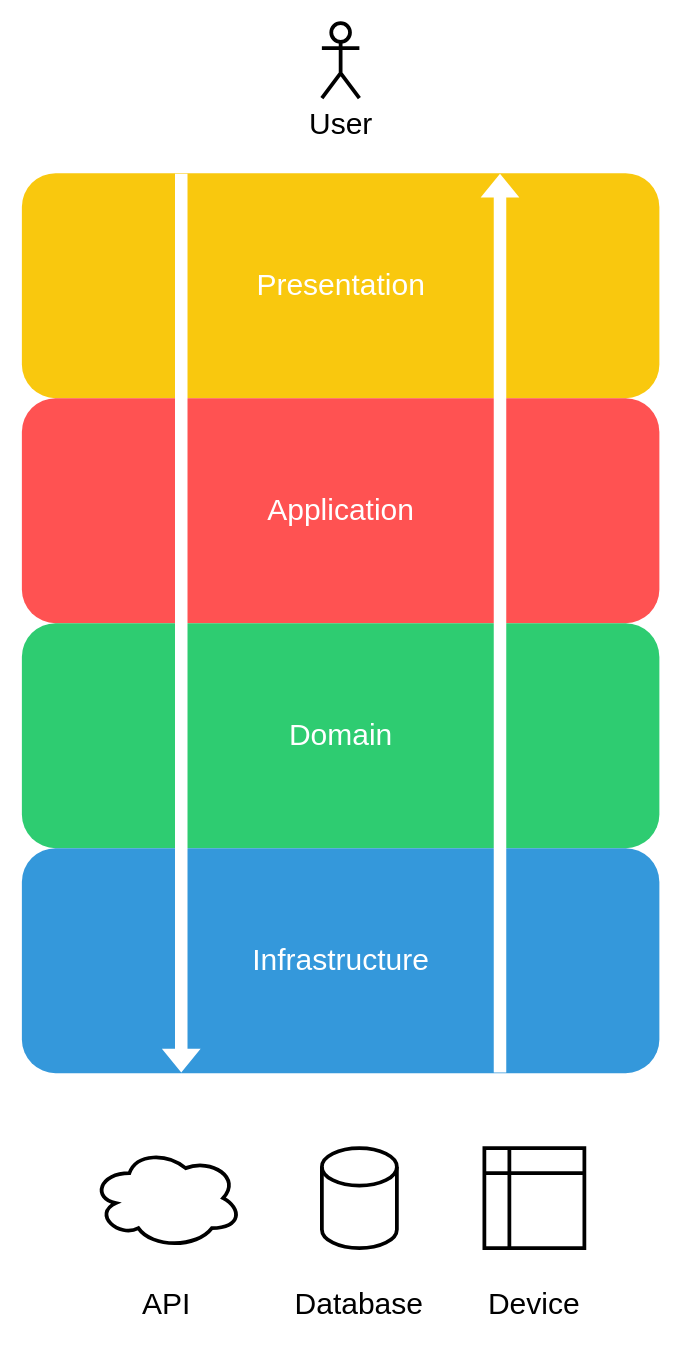
Earlier version of the draw.io diagram docs/assets/docs.drawio (jtdLab/rapid). Source tidied: cells renumbered, new cells numbered last; positions are measured from the earlier drawing's top-left corner, leaving out a move shared by most shapes. Both pictures are drawn from the tidied source at 125%, with x=0, y=0 at pixel (21, 22).
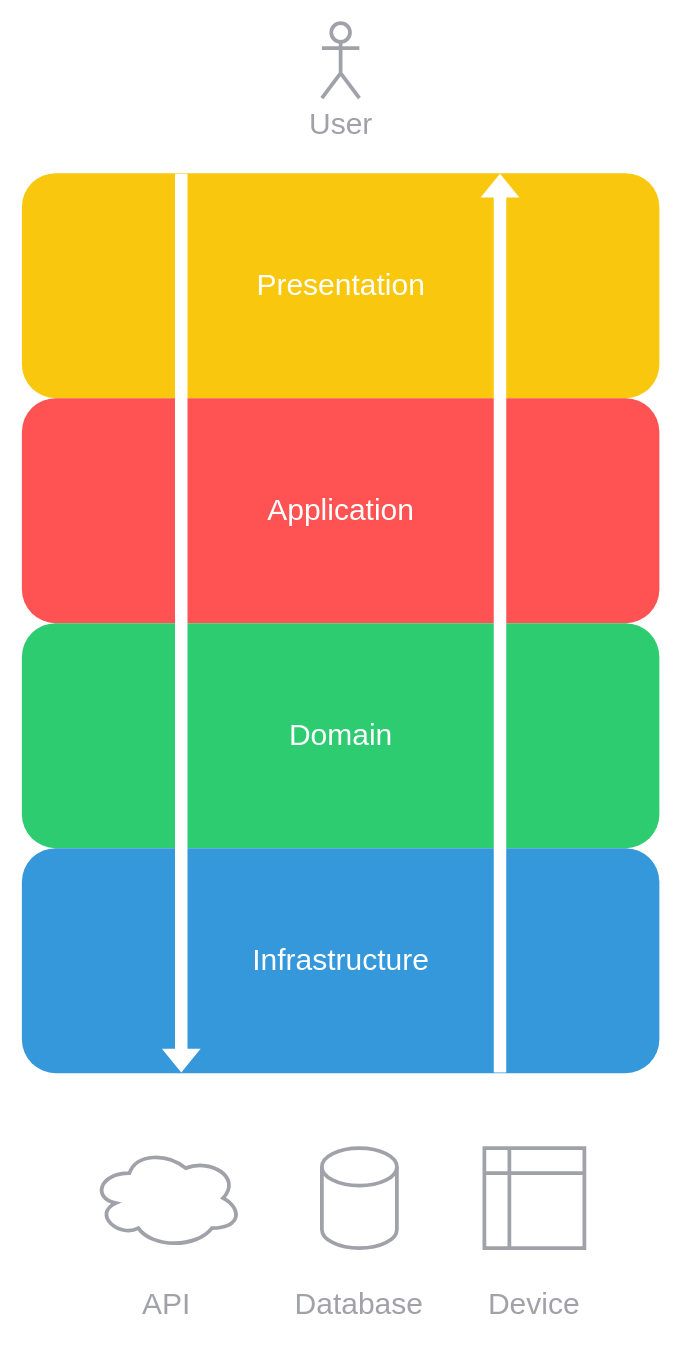
After the change.

Unchanged cells that the change refers to:
```xml
<mxCell id="2" style="group;" parent="1" vertex="1">
  <mxGeometry width="510" height="1040" as="geometry" />
</mxCell>
```

The edit, as a diff of the source:
```diff
@@
-    <mxCell id="14" value="&lt;font style=&quot;font-size: 24px;&quot;&gt;User&lt;/font&gt;" style="shape=umlActor;verticalLabelPosition=bottom;verticalAlign=top;html=1;strokeWidth=3;" parent="2" vertex="1">
+    <mxCell id="14" value="&lt;font color=&quot;#a1a1aa&quot; style=&quot;font-size: 24px;&quot;&gt;User&lt;/font&gt;" style="shape=umlActor;verticalLabelPosition=bottom;verticalAlign=top;html=1;strokeWidth=3;strokeColor=#A1A1AA;fillColor=none;" parent="2" vertex="1">
       <mxGeometry x="240" width="30" height="60" as="geometry" />
     </mxCell>
-    <mxCell id="15" style="ellipse;shape=cloud;whiteSpace=wrap;html=1;strokeWidth=3;" parent="2" vertex="1">
+    <mxCell id="15" style="ellipse;shape=cloud;whiteSpace=wrap;html=1;strokeWidth=3;strokeColor=#A1A1AA;fillColor=none;" parent="2" vertex="1">
       <mxGeometry x="56" y="900" width="120" height="80" as="geometry" />
     </mxCell>
-    <mxCell id="16" style="shape=cylinder3;whiteSpace=wrap;html=1;boundedLbl=1;backgroundOutline=1;size=15;strokeWidth=3;" parent="2" vertex="1">
+    <mxCell id="16" style="shape=cylinder3;whiteSpace=wrap;html=1;boundedLbl=1;backgroundOutline=1;size=15;strokeWidth=3;strokeColor=#A1A1AA;fillColor=none;" parent="2" vertex="1">
       <mxGeometry x="240" y="900" width="60" height="80" as="geometry" />
     </mxCell>
-    <mxCell id="17" style="shape=internalStorage;whiteSpace=wrap;html=1;backgroundOutline=1;strokeWidth=3;" parent="2" vertex="1">
+    <mxCell id="17" style="shape=internalStorage;whiteSpace=wrap;html=1;backgroundOutline=1;strokeWidth=3;strokeColor=#A1A1AA;fillColor=none;" parent="2" vertex="1">
       <mxGeometry x="370" y="900" width="80" height="80" as="geometry" />
     </mxCell>
-    <mxCell id="18" value="&lt;font style=&quot;font-size: 24px;&quot;&gt;API&lt;/font&gt;" style="text;html=1;strokeColor=none;fillColor=none;align=center;verticalAlign=middle;whiteSpace=wrap;rounded=0;" parent="2" vertex="1">
+    <mxCell id="18" value="&lt;font color=&quot;#a1a1aa&quot; style=&quot;font-size: 24px;&quot;&gt;API&lt;/font&gt;" style="text;html=1;strokeColor=none;fillColor=none;align=center;verticalAlign=middle;whiteSpace=wrap;rounded=0;" parent="2" vertex="1">
       <mxGeometry x="86" y="1010" width="60" height="30" as="geometry" />
     </mxCell>
-    <mxCell id="19" value="&lt;font style=&quot;font-size: 24px;&quot;&gt;Database&lt;/font&gt;" style="text;html=1;strokeColor=none;fillColor=none;align=center;verticalAlign=middle;whiteSpace=wrap;rounded=0;" parent="2" vertex="1">
+    <mxCell id="19" value="&lt;font color=&quot;#a1a1aa&quot; style=&quot;font-size: 24px;&quot;&gt;Database&lt;/font&gt;" style="text;html=1;strokeColor=none;fillColor=none;align=center;verticalAlign=middle;whiteSpace=wrap;rounded=0;" parent="2" vertex="1">
       <mxGeometry x="240" y="1010" width="60" height="30" as="geometry" />
     </mxCell>
-    <mxCell id="20" value="&lt;span style=&quot;font-size: 24px;&quot;&gt;Device&lt;/span&gt;" style="text;html=1;strokeColor=none;fillColor=none;align=center;verticalAlign=middle;whiteSpace=wrap;rounded=0;" parent="2" vertex="1">
+    <mxCell id="20" value="&lt;span style=&quot;font-size: 24px;&quot;&gt;&lt;font color=&quot;#a1a1aa&quot;&gt;Device&lt;/font&gt;&lt;/span&gt;" style="text;html=1;strokeColor=none;fillColor=none;align=center;verticalAlign=middle;whiteSpace=wrap;rounded=0;" parent="2" vertex="1">
       <mxGeometry x="380" y="1010" width="60" height="30" as="geometry" />
     </mxCell>
```
